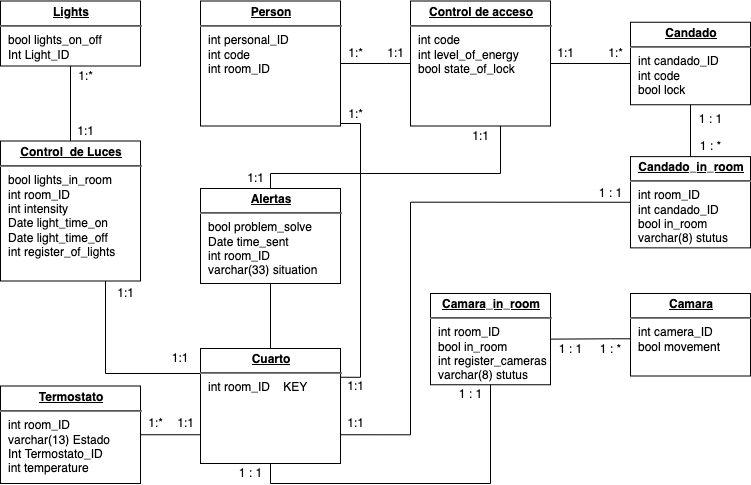
The draw.io diagram act3/Tarea 3 en equipo.png in DemiurgeApeiron/A01028325-InternetOfThings, before a commit. Source tidied: cells renumbered, new cells last; positions are measured from the earlier drawing's top-left corner, leaving out a move shared by most shapes.
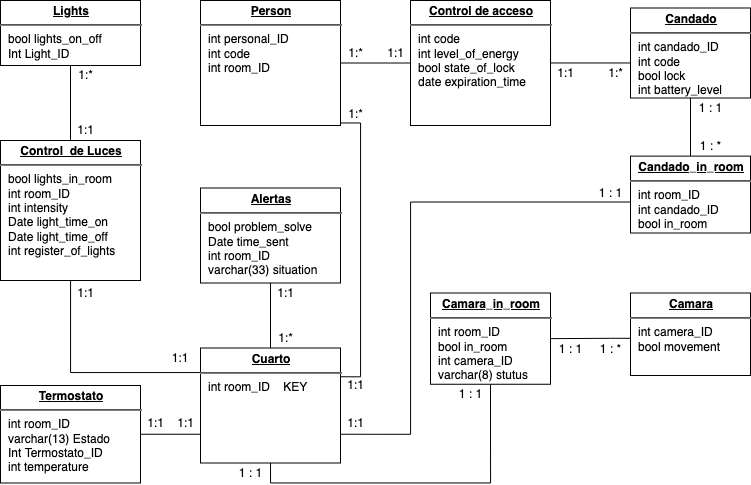
After the change.

Change to the diagram source:
```diff
@@ -14,26 +14,20 @@
     <mxCell id="5" value="&lt;p style=&quot;margin: 0px ; margin-top: 4px ; text-align: center ; text-decoration: underline&quot;&gt;&lt;b&gt;Alertas&lt;/b&gt;&lt;/p&gt;&lt;hr&gt;&lt;p style=&quot;margin: 0px ; margin-left: 8px&quot;&gt;bool problem_solve&lt;/p&gt;&lt;p style=&quot;margin: 0px ; margin-left: 8px&quot;&gt;Date time_sent&lt;/p&gt;&lt;p style=&quot;margin: 0px ; margin-left: 8px&quot;&gt;int room_ID&lt;/p&gt;&lt;p style=&quot;margin: 0px ; margin-left: 8px&quot;&gt;varchar(33) situation&lt;/p&gt;" style="verticalAlign=top;align=left;overflow=fill;fontSize=12;fontFamily=Helvetica;html=1;rounded=0;shadow=0;comic=0;labelBackgroundColor=none;strokeWidth=1;" parent="1" vertex="1">
       <mxGeometry x="200" y="187" width="140" height="95" as="geometry" />
     </mxCell>
-    <mxCell id="6" style="edgeStyle=orthogonalEdgeStyle;rounded=0;html=1;exitX=0;exitY=0.25;entryX=0.75;entryY=1;labelBackgroundColor=none;endArrow=none;endFill=0;endSize=8;fontFamily=Verdana;fontSize=12;align=left;entryDx=0;entryDy=0;" parent="1" edge="1" source="7" target="2">
+    <mxCell id="6" style="edgeStyle=orthogonalEdgeStyle;rounded=0;html=1;exitX=0;exitY=0.25;labelBackgroundColor=none;endArrow=none;endFill=0;endSize=8;fontFamily=Verdana;fontSize=12;align=left;" parent="1" edge="1" source="7">
       <mxGeometry relative="1" as="geometry">
+        <mxPoint x="70" y="279.5" as="targetPoint" />
         <Array as="points">
-          <mxPoint x="200" y="372" />
-          <mxPoint x="105" y="372" />
+          <mxPoint x="200" y="371.5" />
+          <mxPoint x="70" y="371.5" />
+          <mxPoint x="70" y="279.5" />
         </Array>
       </mxGeometry>
     </mxCell>
     <mxCell id="7" value="&lt;p style=&quot;margin: 0px ; margin-top: 4px ; text-align: center ; text-decoration: underline&quot;&gt;&lt;b&gt;Cuarto&lt;/b&gt;&lt;/p&gt;&lt;hr&gt;&lt;p style=&quot;margin: 0px ; margin-left: 8px&quot;&gt;int room_ID&amp;nbsp;&amp;nbsp;&amp;nbsp; KEY&lt;br&gt;&lt;/p&gt;&lt;p style=&quot;margin: 0px ; margin-left: 8px&quot;&gt;&lt;br&gt;&lt;/p&gt;" style="verticalAlign=top;align=left;overflow=fill;fontSize=12;fontFamily=Helvetica;html=1;rounded=0;shadow=0;comic=0;labelBackgroundColor=none;strokeWidth=1;" parent="1" vertex="1">
       <mxGeometry x="200" y="347" width="140" height="115" as="geometry" />
     </mxCell>
-    <mxCell id="8" style="edgeStyle=orthogonalEdgeStyle;rounded=0;html=1;labelBackgroundColor=none;endArrow=none;endFill=0;endSize=8;fontFamily=Verdana;fontSize=12;align=left;entryX=0.5;entryY=0;entryDx=0;entryDy=0;" parent="1" edge="1" source="9" target="5">
-      <mxGeometry relative="1" as="geometry">
-        <Array as="points">
-          <mxPoint x="500" y="172" />
-          <mxPoint x="270" y="172" />
-        </Array>
-      </mxGeometry>
-    </mxCell>
-    <mxCell id="9" value="&lt;p style=&quot;margin: 0px ; margin-top: 4px ; text-align: center ; text-decoration: underline&quot;&gt;&lt;b&gt;Control de acceso&lt;/b&gt;&lt;/p&gt;&lt;hr&gt;&lt;p style=&quot;margin: 0px ; margin-left: 8px&quot;&gt;int code&lt;/p&gt;&lt;p style=&quot;margin: 0px ; margin-left: 8px&quot;&gt;int level_of_energy&lt;/p&gt;&lt;p style=&quot;margin: 0px ; margin-left: 8px&quot;&gt;bool state_of_lock&lt;/p&gt;&lt;p style=&quot;margin: 0px ; margin-left: 8px&quot;&gt;&lt;br&gt;&lt;/p&gt;" style="verticalAlign=top;align=left;overflow=fill;fontSize=12;fontFamily=Helvetica;html=1;rounded=0;shadow=0;comic=0;labelBackgroundColor=none;strokeWidth=1;" parent="1" vertex="1">
+    <mxCell id="9" value="&lt;p style=&quot;margin: 0px ; margin-top: 4px ; text-align: center ; text-decoration: underline&quot;&gt;&lt;b&gt;Control de acceso&lt;/b&gt;&lt;/p&gt;&lt;hr&gt;&lt;p style=&quot;margin: 0px ; margin-left: 8px&quot;&gt;int code&lt;/p&gt;&lt;p style=&quot;margin: 0px ; margin-left: 8px&quot;&gt;int level_of_energy&lt;/p&gt;&lt;p style=&quot;margin: 0px ; margin-left: 8px&quot;&gt;bool state_of_lock&lt;/p&gt;&lt;p style=&quot;margin: 0px ; margin-left: 8px&quot;&gt;date expiration_time&lt;br&gt;&lt;/p&gt;&lt;p style=&quot;margin: 0px ; margin-left: 8px&quot;&gt;&lt;br&gt;&lt;/p&gt;" style="verticalAlign=top;align=left;overflow=fill;fontSize=12;fontFamily=Helvetica;html=1;rounded=0;shadow=0;comic=0;labelBackgroundColor=none;strokeWidth=1;" parent="1" vertex="1">
       <mxGeometry x="410" y="-0.5" width="140" height="125" as="geometry" />
     </mxCell>
     <mxCell id="10" value="1:1" style="text;html=1;align=center;verticalAlign=middle;" parent="1" vertex="1">
@@ -43,14 +37,8 @@
       <mxGeometry x="160" y="347" width="40" height="20" as="geometry" />
     </mxCell>
     <mxCell id="12" value="1:1" style="text;html=1;align=center;verticalAlign=middle;" parent="1" vertex="1">
-      <mxGeometry x="110" y="282" width="30" height="20" as="geometry" />
+      <mxGeometry x="70" y="282" width="30" height="20" as="geometry" />
     </mxCell>
-    <mxCell id="13" value="1:1" style="text;html=1;align=center;verticalAlign=middle;" parent="1" vertex="1">
-      <mxGeometry x="240" y="167" width="30" height="20" as="geometry" />
-    </mxCell>
-    <mxCell id="14" value="1:1" style="text;html=1;align=center;verticalAlign=middle;" parent="1" vertex="1">
-      <mxGeometry x="465" y="124.5" width="30" height="20" as="geometry" />
-    </mxCell>
     <mxCell id="15" style="edgeStyle=orthogonalEdgeStyle;rounded=0;jettySize=auto;html=1;exitX=1;exitY=0.5;exitDx=0;exitDy=0;entryX=0;entryY=0.5;entryDx=0;entryDy=0;endArrow=none;endFill=0;" parent="1" edge="1" source="17" target="9">
       <mxGeometry relative="1" as="geometry" />
     </mxCell>
@@ -99,7 +87,7 @@
     <mxCell id="25" value="&lt;p style=&quot;margin: 0px ; margin-top: 4px ; text-align: center ; text-decoration: underline&quot;&gt;&lt;b&gt;Termostato&lt;/b&gt;&lt;/p&gt;&lt;hr&gt;&lt;p style=&quot;margin: 0px ; margin-left: 8px&quot;&gt;int room_ID&lt;/p&gt;&lt;p style=&quot;margin: 0px ; margin-left: 8px&quot;&gt;varchar(13) Estado&lt;/p&gt;&lt;p style=&quot;margin: 0px ; margin-left: 8px&quot;&gt;Int Termostato_ID&lt;/p&gt;&lt;p style=&quot;margin: 0px ; margin-left: 8px&quot;&gt;int temperature&lt;/p&gt;" style="verticalAlign=top;align=left;overflow=fill;fontSize=12;fontFamily=Helvetica;html=1;rounded=0;shadow=0;comic=0;labelBackgroundColor=none;strokeWidth=1;" parent="1" vertex="1">
       <mxGeometry y="384.5" width="140" height="97.5" as="geometry" />
     </mxCell>
-    <mxCell id="26" value="1:*" style="text;html=1;align=center;verticalAlign=middle;" parent="1" vertex="1">
+    <mxCell id="26" value="1:1" style="text;html=1;align=center;verticalAlign=middle;" parent="1" vertex="1">
       <mxGeometry x="140" y="412" width="30" height="20" as="geometry" />
     </mxCell>
     <mxCell id="27" value="1 : *" style="text;html=1;align=center;verticalAlign=middle;" parent="1" vertex="1">
@@ -117,7 +105,7 @@
     <mxCell id="31" value="1:*" style="text;html=1;align=center;verticalAlign=middle;" parent="1" vertex="1">
       <mxGeometry x="70" y="64.5" width="30" height="20" as="geometry" />
     </mxCell>
-    <mxCell id="32" value="&lt;p style=&quot;margin: 0px ; margin-top: 4px ; text-align: center ; text-decoration: underline&quot;&gt;&lt;b&gt;Camara_in_room&lt;/b&gt;&lt;/p&gt;&lt;hr&gt;&lt;p style=&quot;margin: 0px ; margin-left: 8px&quot;&gt;int room_ID&lt;/p&gt;&lt;p style=&quot;margin: 0px ; margin-left: 8px&quot;&gt;bool in_room&lt;/p&gt;&lt;p style=&quot;margin: 0px ; margin-left: 8px&quot;&gt;int register_cameras&lt;/p&gt;&lt;p style=&quot;margin: 0px ; margin-left: 8px&quot;&gt;varchar(8) stutus&lt;br&gt;&lt;/p&gt;" style="verticalAlign=top;align=left;overflow=fill;fontSize=12;fontFamily=Helvetica;html=1;rounded=0;shadow=0;comic=0;labelBackgroundColor=none;strokeWidth=1;" parent="1" vertex="1">
+    <mxCell id="32" value="&lt;p style=&quot;margin: 0px ; margin-top: 4px ; text-align: center ; text-decoration: underline&quot;&gt;&lt;b&gt;Camara_in_room&lt;/b&gt;&lt;/p&gt;&lt;hr&gt;&lt;p style=&quot;margin: 0px ; margin-left: 8px&quot;&gt;int room_ID&lt;/p&gt;&lt;p style=&quot;margin: 0px ; margin-left: 8px&quot;&gt;bool in_room&lt;/p&gt;&lt;p style=&quot;margin: 0px ; margin-left: 8px&quot;&gt;int camera_ID&lt;/p&gt;&lt;p style=&quot;margin: 0px ; margin-left: 8px&quot;&gt;varchar(8) stutus&lt;br&gt;&lt;/p&gt;" style="verticalAlign=top;align=left;overflow=fill;fontSize=12;fontFamily=Helvetica;html=1;rounded=0;shadow=0;comic=0;labelBackgroundColor=none;strokeWidth=1;" parent="1" vertex="1">
       <mxGeometry x="430" y="292" width="120" height="91.2" as="geometry" />
     </mxCell>
     <mxCell id="33" value="1 : 1" style="text;html=1;align=center;verticalAlign=middle;" parent="1" vertex="1">
@@ -126,11 +114,16 @@
     <mxCell id="34" style="edgeStyle=orthogonalEdgeStyle;rounded=0;jettySize=auto;html=1;endArrow=none;endFill=0;entryX=0.5;entryY=0;entryDx=0;entryDy=0;" parent="1" edge="1" source="36" target="39">
       <mxGeometry relative="1" as="geometry" />
     </mxCell>
-    <mxCell id="35" style="edgeStyle=orthogonalEdgeStyle;rounded=0;jettySize=auto;html=1;exitX=0;exitY=0.5;exitDx=0;exitDy=0;entryX=1;entryY=0.5;entryDx=0;entryDy=0;endArrow=none;endFill=0;" parent="1" edge="1" source="36" target="9">
-      <mxGeometry relative="1" as="geometry" />
+    <mxCell id="35" style="edgeStyle=orthogonalEdgeStyle;rounded=0;jettySize=auto;html=1;exitX=0;exitY=0.5;exitDx=0;exitDy=0;endArrow=none;endFill=0;entryX=1;entryY=0.25;entryDx=0;entryDy=0;" parent="1" edge="1" source="36" target="9">
+      <mxGeometry relative="1" as="geometry">
+        <Array as="points">
+          <mxPoint x="630" y="62" />
+          <mxPoint x="550" y="62" />
+        </Array>
+      </mxGeometry>
     </mxCell>
-    <mxCell id="36" value="&lt;p style=&quot;margin: 0px ; margin-top: 4px ; text-align: center ; text-decoration: underline&quot;&gt;&lt;b&gt;Candado&lt;/b&gt;&lt;/p&gt;&lt;hr&gt;&lt;p style=&quot;margin: 0px ; margin-left: 8px&quot;&gt;int candado_ID&lt;/p&gt;&lt;p style=&quot;margin: 0px ; margin-left: 8px&quot;&gt;int code&lt;br&gt;&lt;/p&gt;&lt;p style=&quot;margin: 0px ; margin-left: 8px&quot;&gt;bool lock&lt;/p&gt;" style="verticalAlign=top;align=left;overflow=fill;fontSize=12;fontFamily=Helvetica;html=1;rounded=0;shadow=0;comic=0;labelBackgroundColor=none;strokeWidth=1;" parent="1" vertex="1">
-      <mxGeometry x="630" y="20.8" width="120" height="82.5" as="geometry" />
+    <mxCell id="36" value="&lt;p style=&quot;margin: 0px ; margin-top: 4px ; text-align: center ; text-decoration: underline&quot;&gt;&lt;b&gt;Candado&lt;/b&gt;&lt;/p&gt;&lt;hr&gt;&lt;p style=&quot;margin: 0px ; margin-left: 8px&quot;&gt;int candado_ID&lt;/p&gt;&lt;p style=&quot;margin: 0px ; margin-left: 8px&quot;&gt;int code&lt;br&gt;&lt;/p&gt;&lt;p style=&quot;margin: 0px ; margin-left: 8px&quot;&gt;bool lock&lt;/p&gt;&lt;p style=&quot;margin: 0px ; margin-left: 8px&quot;&gt;int battery_level&lt;br&gt;&lt;/p&gt;" style="verticalAlign=top;align=left;overflow=fill;fontSize=12;fontFamily=Helvetica;html=1;rounded=0;shadow=0;comic=0;labelBackgroundColor=none;strokeWidth=1;" parent="1" vertex="1">
+      <mxGeometry x="630" y="7" width="120" height="90" as="geometry" />
     </mxCell>
     <mxCell id="37" value="1 : *" style="text;html=1;align=center;verticalAlign=middle;" parent="1" vertex="1">
       <mxGeometry x="690" y="135.1" width="40" height="20" as="geometry" />
@@ -143,17 +136,17 @@
         </Array>
       </mxGeometry>
     </mxCell>
-    <mxCell id="39" value="&lt;p style=&quot;margin: 0px ; margin-top: 4px ; text-align: center ; text-decoration: underline&quot;&gt;&lt;b&gt;Candado_in_room&lt;/b&gt;&lt;/p&gt;&lt;hr&gt;&lt;p style=&quot;margin: 0px ; margin-left: 8px&quot;&gt;int room_ID&lt;/p&gt;&lt;p style=&quot;margin: 0px ; margin-left: 8px&quot;&gt;int candado_ID&lt;/p&gt;&lt;p style=&quot;margin: 0px ; margin-left: 8px&quot;&gt;bool in_room&lt;/p&gt;&lt;p style=&quot;margin: 0px ; margin-left: 8px&quot;&gt;varchar(8) stutus&lt;br&gt;&lt;/p&gt;" style="verticalAlign=top;align=left;overflow=fill;fontSize=12;fontFamily=Helvetica;html=1;rounded=0;shadow=0;comic=0;labelBackgroundColor=none;strokeWidth=1;" parent="1" vertex="1">
-      <mxGeometry x="630" y="155.1" width="120" height="91.2" as="geometry" />
+    <mxCell id="39" value="&lt;p style=&quot;margin: 0px ; margin-top: 4px ; text-align: center ; text-decoration: underline&quot;&gt;&lt;b&gt;Candado_in_room&lt;/b&gt;&lt;/p&gt;&lt;hr&gt;&lt;p style=&quot;margin: 0px ; margin-left: 8px&quot;&gt;int room_ID&lt;/p&gt;&lt;p style=&quot;margin: 0px ; margin-left: 8px&quot;&gt;int candado_ID&lt;/p&gt;&lt;p style=&quot;margin: 0px ; margin-left: 8px&quot;&gt;bool in_room&lt;/p&gt;" style="verticalAlign=top;align=left;overflow=fill;fontSize=12;fontFamily=Helvetica;html=1;rounded=0;shadow=0;comic=0;labelBackgroundColor=none;strokeWidth=1;" parent="1" vertex="1">
+      <mxGeometry x="630" y="155.1" width="120" height="76.9" as="geometry" />
     </mxCell>
     <mxCell id="40" value="1 : 1" style="text;html=1;align=center;verticalAlign=middle;" parent="1" vertex="1">
-      <mxGeometry x="690" y="108.2" width="40" height="20" as="geometry" />
+      <mxGeometry x="690" y="97" width="40" height="20" as="geometry" />
     </mxCell>
     <mxCell id="41" value="1:1" style="text;html=1;align=center;verticalAlign=middle;" parent="1" vertex="1">
-      <mxGeometry x="550" y="42" width="30" height="20" as="geometry" />
+      <mxGeometry x="550" y="62" width="30" height="20" as="geometry" />
     </mxCell>
     <mxCell id="42" value="1:*" style="text;html=1;align=center;verticalAlign=middle;" parent="1" vertex="1">
-      <mxGeometry x="600" y="42" width="30" height="20" as="geometry" />
+      <mxGeometry x="600" y="62" width="30" height="20" as="geometry" />
     </mxCell>
     <mxCell id="43" value="1:1" style="text;html=1;align=center;verticalAlign=middle;" parent="1" vertex="1">
       <mxGeometry x="340" y="374.5" width="30" height="20" as="geometry" />
@@ -167,5 +160,11 @@
     <mxCell id="46" value="1 : 1" style="text;html=1;align=center;verticalAlign=middle;" parent="1" vertex="1">
       <mxGeometry x="590" y="182" width="40" height="20" as="geometry" />
     </mxCell>
+    <mxCell id="47" value="1:1" style="text;html=1;align=center;verticalAlign=middle;" parent="1" vertex="1">
+      <mxGeometry x="270" y="282" width="30" height="20" as="geometry" />
+    </mxCell>
+    <mxCell id="48" value="1:*" style="text;html=1;align=center;verticalAlign=middle;" parent="1" vertex="1">
+      <mxGeometry x="270" y="327" width="30" height="20" as="geometry" />
+    </mxCell>
   </root>
 </mxGraphModel>
```
